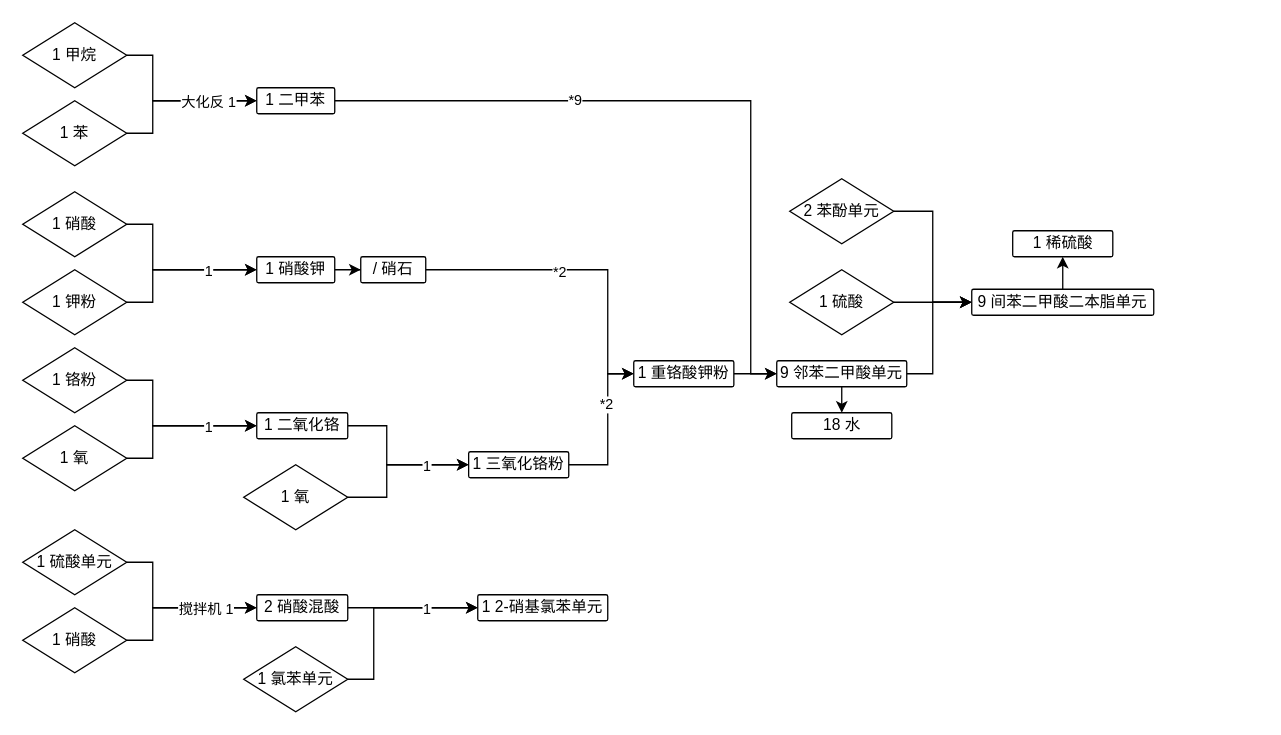
Earlier version of the draw.io diagram 聚苯并咪唑.drawio (ShirasawaSama/GTNH). Source tidied: cells renumbered, new cells numbered last; positions are measured from the earlier drawing's top-left corner, leaving out a move shared by most shapes. Both pictures are drawn from the tidied source at 130%, with x=0, y=0 at pixel (22, 22).
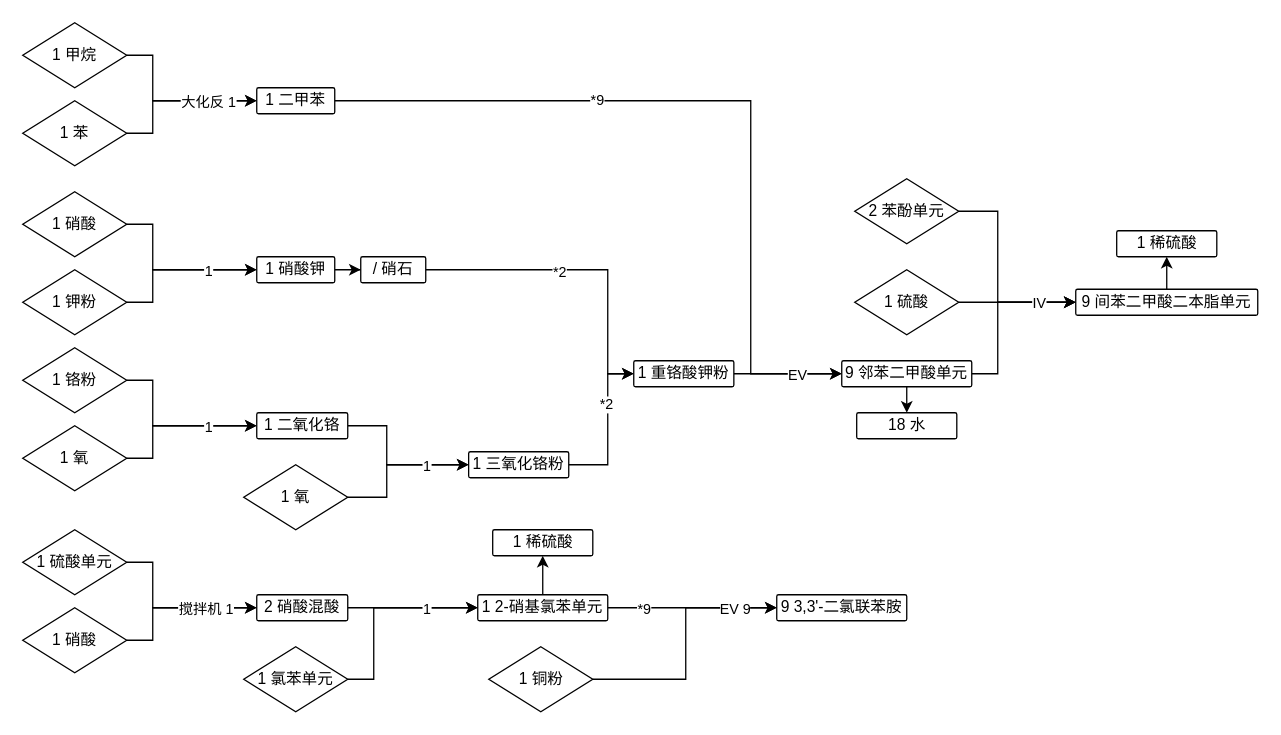
Above is the later version.

Commit message (it also covers changes not shown here):
更新聚苯并咪唑.drawio

Unchanged cells that the change refers to:
```xml
<mxCell id="33" style="edgeStyle=orthogonalEdgeStyle;rounded=0;jettySize=auto;html=1;entryX=0;entryY=0.5;entryDx=0;entryDy=0;" parent="1" edge="1" source="34" target="37">
  <mxGeometry relative="1" as="geometry" />
</mxCell>
<mxCell id="53" value="1 2-硝基氯苯单元" style="rounded=1;whiteSpace=wrap;html=1;arcSize=7;" parent="1" vertex="1">
  <mxGeometry x="350" y="440" width="100" height="20" as="geometry" />
</mxCell>
```

Diff of the diagram source:
```diff
@@
+    <mxCell id="57" value="EV" style="edgeLabel;html=1;align=center;verticalAlign=middle;" parent="33" vertex="1">
+      <mxGeometry x="0.16" y="1" relative="1" as="geometry">
+        <mxPoint y="1" as="offset" />
+      </mxGeometry>
+    </mxCell>
@@
     <mxCell id="36" style="edgeStyle=orthogonalEdgeStyle;rounded=0;jettySize=auto;html=1;entryX=0;entryY=0.5;entryDx=0;entryDy=0;" parent="1" edge="1" source="37" target="44">
       <mxGeometry relative="1" as="geometry">
         <Array as="points">
-          <mxPoint x="700" y="270" />
-          <mxPoint x="700" y="215" />
+          <mxPoint x="750" y="270" />
+          <mxPoint x="750" y="215" />
         </Array>
       </mxGeometry>
     </mxCell>
     <mxCell id="37" value="9 邻苯二甲酸单元" style="rounded=1;whiteSpace=wrap;html=1;arcSize=7;" parent="1" vertex="1">
-      <mxGeometry x="580" y="260" width="100" height="20" as="geometry" />
+      <mxGeometry x="630" y="260" width="100" height="20" as="geometry" />
     </mxCell>
     <mxCell id="38" value="18 水" style="rounded=1;whiteSpace=wrap;html=1;arcSize=7;" parent="1" vertex="1">
-      <mxGeometry x="591.5" y="300" width="77" height="20" as="geometry" />
+      <mxGeometry x="641.5" y="300" width="77" height="20" as="geometry" />
     </mxCell>
@@
     <mxCell id="40" value="1 硫酸" style="rhombus;whiteSpace=wrap;html=1;" parent="1" vertex="1">
-      <mxGeometry x="590" y="190" width="80" height="50" as="geometry" />
+      <mxGeometry x="640" y="190" width="80" height="50" as="geometry" />
     </mxCell>
     <mxCell id="41" style="edgeStyle=orthogonalEdgeStyle;rounded=0;jettySize=auto;html=1;entryX=0;entryY=0.5;entryDx=0;entryDy=0;" parent="1" edge="1" source="42" target="44">
       <mxGeometry relative="1" as="geometry">
         <Array as="points">
-          <mxPoint x="700" y="145" />
-          <mxPoint x="700" y="215" />
+          <mxPoint x="750" y="145" />
+          <mxPoint x="750" y="215" />
         </Array>
       </mxGeometry>
     </mxCell>
+    <mxCell id="58" value="IV" style="edgeLabel;html=1;align=center;verticalAlign=middle;" parent="41" vertex="1">
+      <mxGeometry x="0.47" y="-2" relative="1" as="geometry">
+        <mxPoint x="13" y="-2" as="offset" />
+      </mxGeometry>
+    </mxCell>
     <mxCell id="42" value="2 苯酚单元" style="rhombus;whiteSpace=wrap;html=1;" parent="1" vertex="1">
-      <mxGeometry x="590" y="120" width="80" height="50" as="geometry" />
+      <mxGeometry x="640" y="120" width="80" height="50" as="geometry" />
     </mxCell>
@@
     <mxCell id="44" value="9 间苯二甲酸二本脂单元" style="rounded=1;whiteSpace=wrap;html=1;arcSize=7;" parent="1" vertex="1">
-      <mxGeometry x="730" y="205" width="140" height="20" as="geometry" />
+      <mxGeometry x="810" y="205" width="140" height="20" as="geometry" />
     </mxCell>
     <mxCell id="45" value="1 稀硫酸" style="rounded=1;whiteSpace=wrap;html=1;arcSize=7;" parent="1" vertex="1">
-      <mxGeometry x="761.5" y="160" width="77" height="20" as="geometry" />
+      <mxGeometry x="841.5" y="160" width="77" height="20" as="geometry" />
     </mxCell>
@@
+    <mxCell id="59" style="edgeStyle=orthogonalEdgeStyle;rounded=0;jettySize=auto;html=1;entryX=0.5;entryY=1;entryDx=0;entryDy=0;" parent="1" edge="1" source="53" target="62">
+      <mxGeometry relative="1" as="geometry" />
+    </mxCell>
+    <mxCell id="60" style="edgeStyle=orthogonalEdgeStyle;rounded=0;jettySize=auto;html=1;entryX=0;entryY=0.5;entryDx=0;entryDy=0;" parent="1" edge="1" source="53" target="63">
+      <mxGeometry relative="1" as="geometry" />
+    </mxCell>
+    <mxCell id="61" value="*9" style="edgeLabel;html=1;align=center;verticalAlign=middle;" parent="60" vertex="1">
+      <mxGeometry x="-0.31" y="1" relative="1" as="geometry">
+        <mxPoint x="-18" y="1" as="offset" />
+      </mxGeometry>
+    </mxCell>
@@
+    <mxCell id="62" value="1 稀硫酸" style="rounded=1;whiteSpace=wrap;html=1;arcSize=7;" parent="1" vertex="1">
+      <mxGeometry x="361.5" y="390" width="77" height="20" as="geometry" />
+    </mxCell>
+    <mxCell id="63" value="9 3,3'-二氯联苯胺" style="rounded=1;whiteSpace=wrap;html=1;arcSize=7;" parent="1" vertex="1">
+      <mxGeometry x="580" y="440" width="100" height="20" as="geometry" />
+    </mxCell>
+    <mxCell id="64" style="edgeStyle=orthogonalEdgeStyle;rounded=0;jettySize=auto;html=1;entryX=0;entryY=0.5;entryDx=0;entryDy=0;" parent="1" edge="1" source="66" target="63">
+      <mxGeometry relative="1" as="geometry">
+        <Array as="points">
+          <mxPoint x="510" y="505" />
+          <mxPoint x="510" y="450" />
+        </Array>
+      </mxGeometry>
+    </mxCell>
+    <mxCell id="65" value="EV 9" style="edgeLabel;html=1;align=center;verticalAlign=middle;" parent="64" vertex="1">
+      <mxGeometry x="0.54" y="-1" relative="1" as="geometry">
+        <mxPoint x="13" y="-1" as="offset" />
+      </mxGeometry>
+    </mxCell>
+    <mxCell id="66" value="1 铜粉" style="rhombus;whiteSpace=wrap;html=1;" parent="1" vertex="1">
+      <mxGeometry x="358.5" y="480" width="80" height="50" as="geometry" />
+    </mxCell>
```
